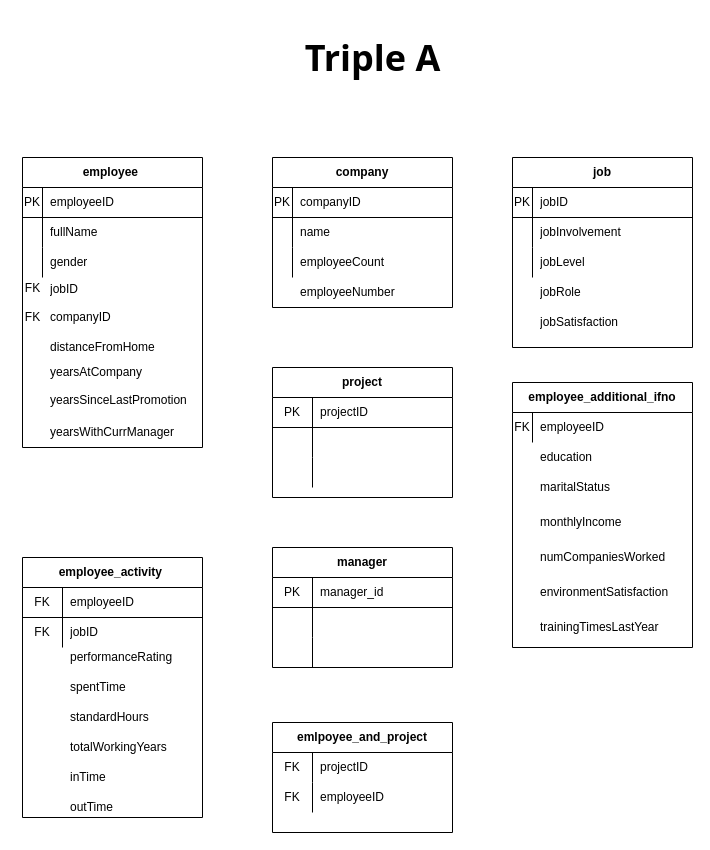
Above: data/ActivMonitoring.drawio in s3rikbaeva/Activ-monitoring (draw.io), before the change. Source tidied: cells renumbered, new cells numbered last; positions are measured from the earlier drawing's top-left corner, leaving out a move shared by most shapes. Both pictures are drawn from the tidied source at 100%, with x=0, y=0 at pixel (17, 17).
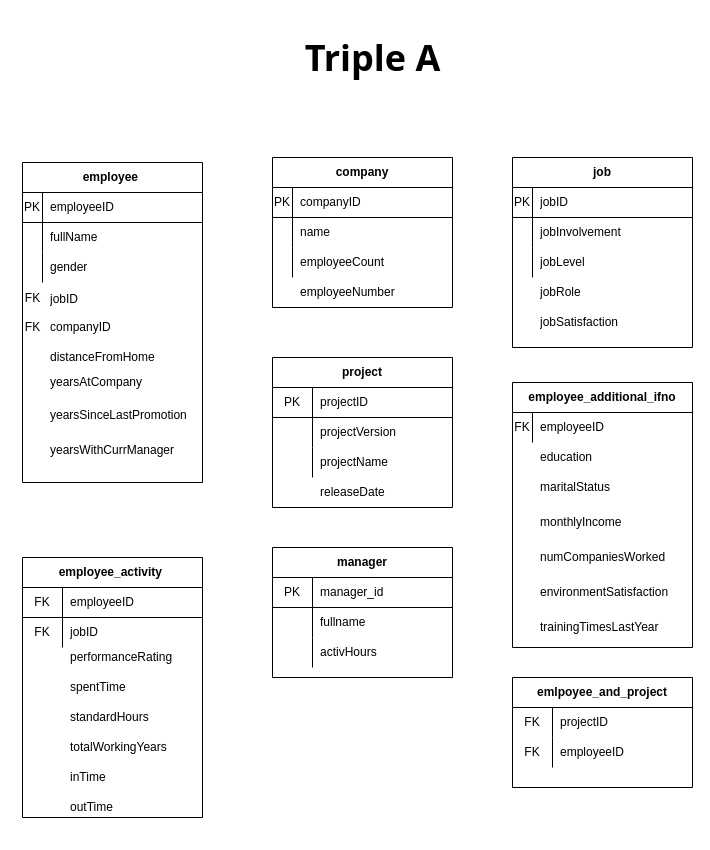
Above is the later version.

What changed in the source:
```diff
@@
     <mxCell id="2" value="employee&amp;nbsp;" style="shape=table;html=1;whiteSpace=wrap;startSize=30;childLayout=tableLayout;rowLines=0;fontStyle=1;align=center;" parent="1" vertex="1">
-      <mxGeometry x="5" y="140" width="180" height="290" as="geometry" />
+      <mxGeometry x="5" y="145" width="180" height="320" as="geometry" />
     </mxCell>
@@
     <mxCell id="39" value="distanceFromHome" style="shape=partialRectangle;html=1;whiteSpace=wrap;fillColor=none;top=0;left=0;bottom=0;right=0;align=left;spacingLeft=6;overflow=hidden;" parent="1" vertex="1">
-      <mxGeometry x="25" y="320" width="160" height="20" as="geometry" />
+      <mxGeometry x="25" y="330" width="160" height="20" as="geometry" />
     </mxCell>
@@
     <mxCell id="53" value="yearsAtCompany" style="shape=partialRectangle;html=1;whiteSpace=wrap;fillColor=none;top=0;left=0;bottom=0;right=0;align=left;spacingLeft=6;overflow=hidden;" parent="1" vertex="1">
-      <mxGeometry x="25" y="345" width="160" height="20" as="geometry" />
+      <mxGeometry x="25" y="355" width="160" height="20" as="geometry" />
     </mxCell>
     <mxCell id="54" value="yearsSinceLastPromotion" style="shape=partialRectangle;html=1;whiteSpace=wrap;fillColor=none;top=0;left=0;bottom=0;right=0;align=left;spacingLeft=6;overflow=hidden;" parent="1" vertex="1">
-      <mxGeometry x="25" y="370" width="160" height="25" as="geometry" />
+      <mxGeometry x="25" y="385" width="160" height="25" as="geometry" />
     </mxCell>
     <mxCell id="55" value="yearsWithCurrManager" style="shape=partialRectangle;html=1;whiteSpace=wrap;fillColor=none;top=0;left=0;bottom=0;right=0;align=left;spacingLeft=6;overflow=hidden;" parent="1" vertex="1">
-      <mxGeometry x="25" y="405" width="160" height="20" as="geometry" />
+      <mxGeometry x="25" y="420" width="160" height="25" as="geometry" />
     </mxCell>
     <mxCell id="56" value="jobID" style="shape=partialRectangle;html=1;whiteSpace=wrap;fillColor=none;top=0;left=0;bottom=0;right=0;align=left;spacingLeft=6;overflow=hidden;" parent="1" vertex="1">
-      <mxGeometry x="25" y="262.5" width="160" height="17.5" as="geometry" />
+      <mxGeometry x="25" y="272.5" width="160" height="17.5" as="geometry" />
     </mxCell>
@@
     <mxCell id="59" value="FK" style="text;html=1;align=center;verticalAlign=middle;" parent="1" vertex="1">
-      <mxGeometry y="261.2" width="30" height="20" as="geometry" />
+      <mxGeometry y="271.2" width="30" height="20" as="geometry" />
     </mxCell>
     <mxCell id="60" value="companyID" style="shape=partialRectangle;html=1;whiteSpace=wrap;fillColor=none;top=0;left=0;bottom=0;right=0;align=left;spacingLeft=6;overflow=hidden;" parent="1" vertex="1">
-      <mxGeometry x="25" y="290" width="160" height="20" as="geometry" />
+      <mxGeometry x="25" y="300" width="160" height="20" as="geometry" />
     </mxCell>
     <mxCell id="61" value="FK" style="text;html=1;align=center;verticalAlign=middle;" parent="1" vertex="1">
-      <mxGeometry y="290" width="30" height="20" as="geometry" />
+      <mxGeometry y="300" width="30" height="20" as="geometry" />
     </mxCell>
@@
     <mxCell id="73" value="project" style="shape=table;html=1;whiteSpace=wrap;startSize=30;childLayout=tableLayout;rowLines=0;fontStyle=1;align=center;" parent="1" vertex="1">
-      <mxGeometry x="255" y="350" width="180" height="130" as="geometry" />
+      <mxGeometry x="255" y="340" width="180" height="150" as="geometry" />
     </mxCell>
@@
     <mxCell id="83" value="manager" style="shape=table;html=1;whiteSpace=wrap;startSize=30;childLayout=tableLayout;rowLines=0;fontStyle=1;align=center;" parent="1" vertex="1">
-      <mxGeometry x="255" y="530" width="180" height="120" as="geometry" />
+      <mxGeometry x="255" y="530" width="180" height="130" as="geometry" />
     </mxCell>
@@
     <mxCell id="93" value="emlpoyee_and_project" style="shape=table;html=1;whiteSpace=wrap;startSize=30;childLayout=tableLayout;rowLines=0;fontStyle=1;align=center;" parent="1" vertex="1">
-      <mxGeometry x="255" y="705" width="180" height="110" as="geometry" />
+      <mxGeometry x="495" y="660" width="180" height="110" as="geometry" />
     </mxCell>
@@
     <mxCell id="100" value="projectID" style="shape=partialRectangle;html=1;whiteSpace=wrap;fillColor=none;top=0;left=0;bottom=0;right=0;align=left;spacingLeft=6;overflow=hidden;" parent="1" vertex="1">
-      <mxGeometry x="295" y="735" width="140" height="30" as="geometry" />
+      <mxGeometry x="535" y="690" width="140" height="30" as="geometry" />
     </mxCell>
+    <mxCell id="101" value="projectVersion" style="shape=partialRectangle;html=1;whiteSpace=wrap;fillColor=none;top=0;left=0;bottom=0;right=0;align=left;spacingLeft=6;overflow=hidden;" parent="1" vertex="1">
+      <mxGeometry x="295" y="400" width="140" height="30" as="geometry" />
+    </mxCell>
+    <mxCell id="102" value="projectName" style="shape=partialRectangle;html=1;whiteSpace=wrap;fillColor=none;top=0;left=0;bottom=0;right=0;align=left;spacingLeft=6;overflow=hidden;" parent="1" vertex="1">
+      <mxGeometry x="295" y="430" width="140" height="30" as="geometry" />
+    </mxCell>
+    <mxCell id="103" value="releaseDate" style="shape=partialRectangle;html=1;whiteSpace=wrap;fillColor=none;top=0;left=0;bottom=0;right=0;align=left;spacingLeft=6;overflow=hidden;" parent="1" vertex="1">
+      <mxGeometry x="295" y="460" width="140" height="30" as="geometry" />
+    </mxCell>
+    <mxCell id="104" value="fullname" style="shape=partialRectangle;html=1;whiteSpace=wrap;fillColor=none;top=0;left=0;bottom=0;right=0;align=left;spacingLeft=6;overflow=hidden;" parent="1" vertex="1">
+      <mxGeometry x="295" y="590" width="140" height="30" as="geometry" />
+    </mxCell>
+    <mxCell id="105" value="activHours" style="shape=partialRectangle;html=1;whiteSpace=wrap;fillColor=none;top=0;left=0;bottom=0;right=0;align=left;spacingLeft=6;overflow=hidden;" parent="1" vertex="1">
+      <mxGeometry x="295" y="620" width="140" height="30" as="geometry" />
+    </mxCell>
```
